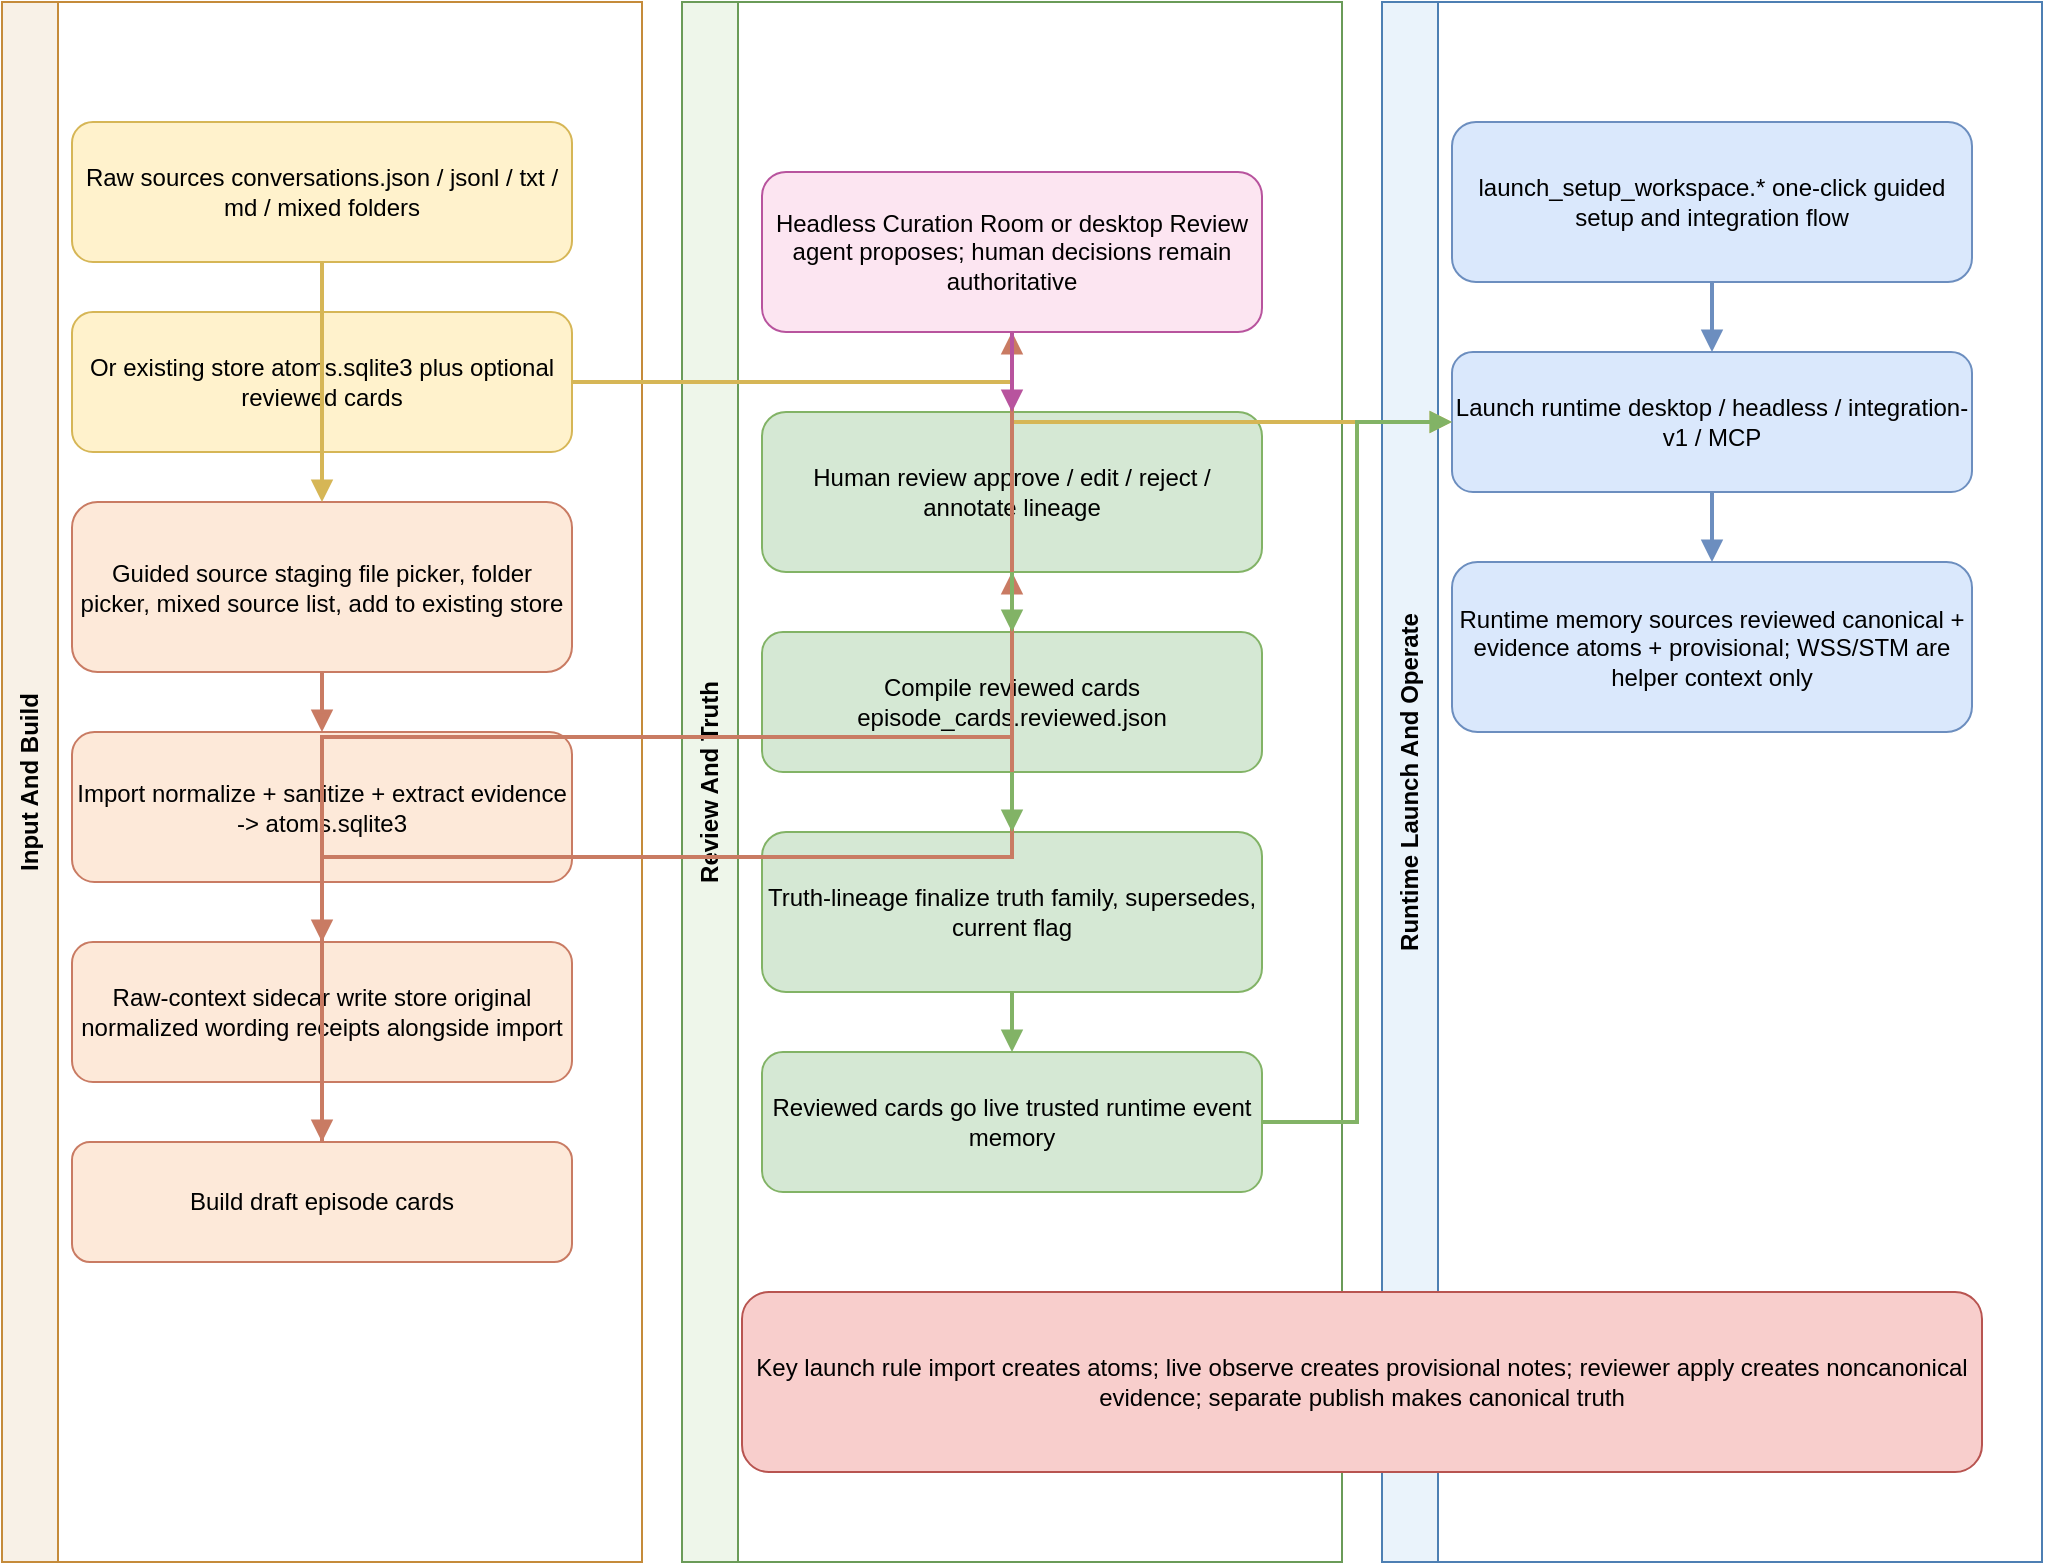
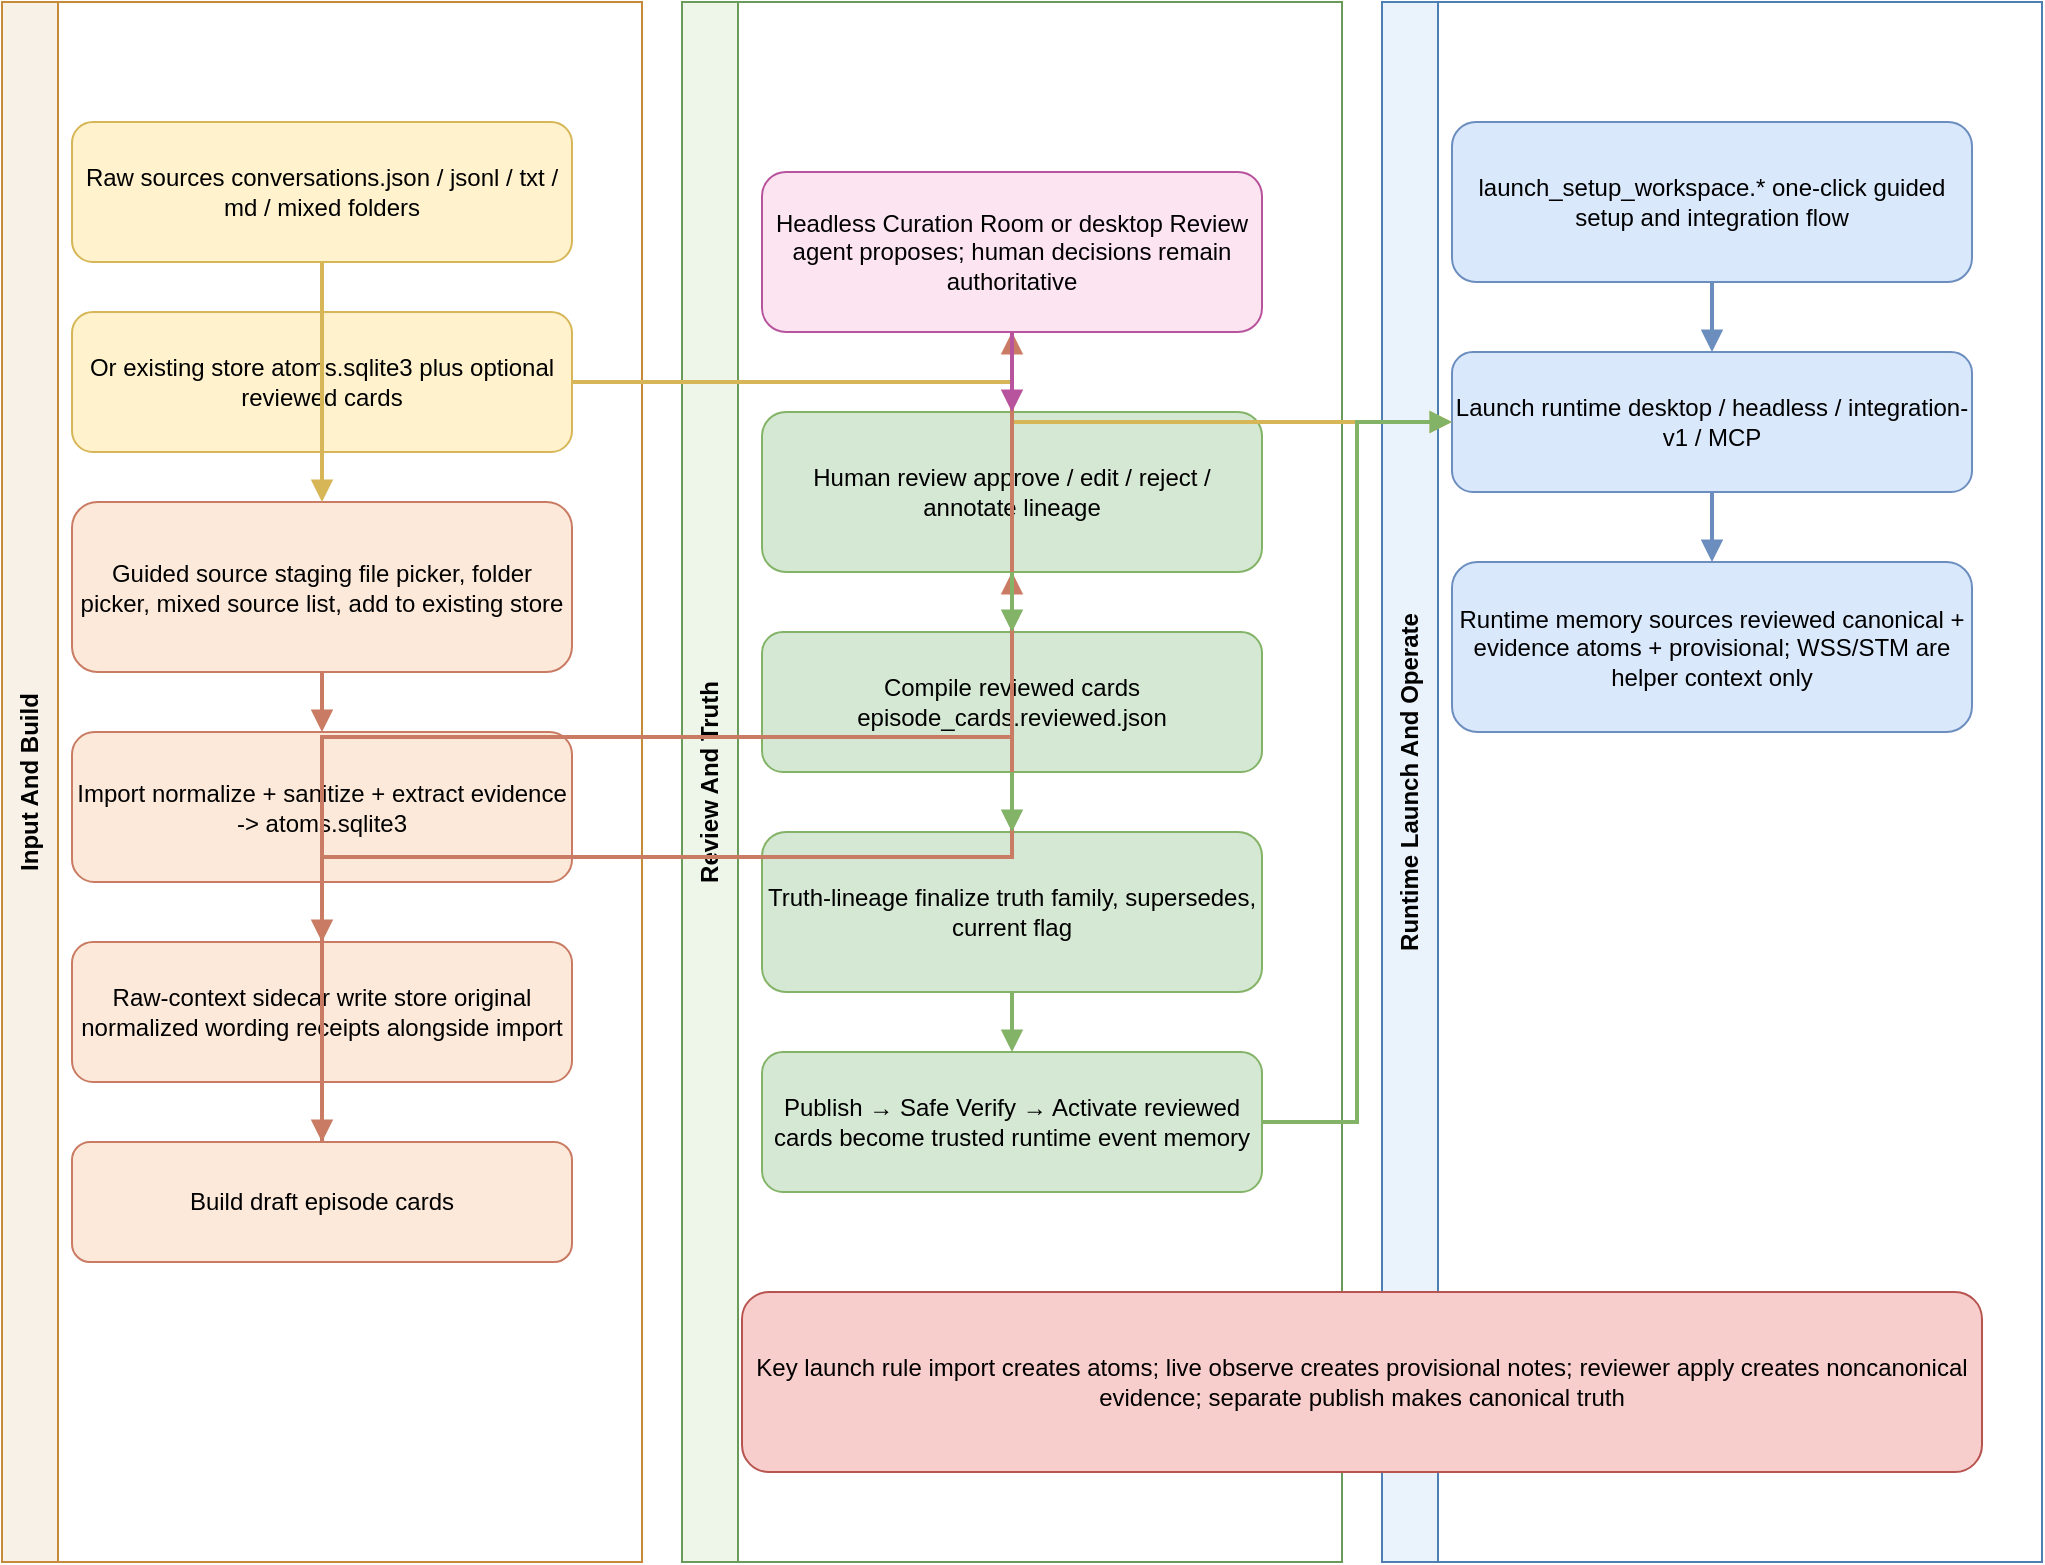
<mxfile host="app.diagrams.net" modified="2026-04-12T23:30:00.000Z" agent="Codex" version="24.7.17">
  <diagram id="launch-pipeline-engineering" name="Engineering Pipeline">
    <mxGraphModel dx="1650" dy="1050" grid="1" gridSize="10" guides="1" tooltips="1" connect="1" arrows="1" fold="1" page="1" pageScale="1" pageWidth="1600" pageHeight="980" math="0" shadow="0">
      <root>
        <mxCell id="0" />
        <mxCell id="1" parent="0" />
        <mxCell id="lane1" value="Input And Build" style="swimlane;whiteSpace=wrap;html=1;rounded=0;horizontal=0;startSize=28;fontStyle=1;fillColor=#f8f1e7;strokeColor=#c58b3a;" vertex="1" parent="1">
          <mxGeometry x="20" y="20" width="320" height="780" as="geometry" />
        </mxCell>
        <mxCell id="lane2" value="Review And Truth" style="swimlane;whiteSpace=wrap;html=1;rounded=0;horizontal=0;startSize=28;fontStyle=1;fillColor=#eef6ea;strokeColor=#6a9b58;" vertex="1" parent="1">
          <mxGeometry x="360" y="20" width="330" height="780" as="geometry" />
        </mxCell>
        <mxCell id="lane3" value="Runtime Launch And Operate" style="swimlane;whiteSpace=wrap;html=1;rounded=0;horizontal=0;startSize=28;fontStyle=1;fillColor=#eaf3fb;strokeColor=#4d7fb3;" vertex="1" parent="1">
          <mxGeometry x="710" y="20" width="330" height="780" as="geometry" />
        </mxCell>
        <mxCell id="l1" value="Raw sources&amp;#10;conversations.json / jsonl / txt / md / mixed folders" style="rounded=1;whiteSpace=wrap;html=1;fillColor=#fff2cc;strokeColor=#d6b656;" vertex="1" parent="1">
          <mxGeometry x="55" y="80" width="250" height="70" as="geometry" />
        </mxCell>
        <mxCell id="l2" value="Or existing store&amp;#10;atoms.sqlite3 plus optional reviewed cards" style="rounded=1;whiteSpace=wrap;html=1;fillColor=#fff2cc;strokeColor=#d6b656;" vertex="1" parent="1">
          <mxGeometry x="55" y="175" width="250" height="70" as="geometry" />
        </mxCell>
        <mxCell id="l3" value="Guided source staging&amp;#10;file picker, folder picker, mixed source list, add to existing store" style="rounded=1;whiteSpace=wrap;html=1;fillColor=#fde9d9;strokeColor=#c97b63;" vertex="1" parent="1">
          <mxGeometry x="55" y="270" width="250" height="85" as="geometry" />
        </mxCell>
        <mxCell id="l4" value="Import&amp;#10;normalize + sanitize + extract evidence -&amp;gt; atoms.sqlite3" style="rounded=1;whiteSpace=wrap;html=1;fillColor=#fde9d9;strokeColor=#c97b63;" vertex="1" parent="1">
          <mxGeometry x="55" y="385" width="250" height="75" as="geometry" />
        </mxCell>
        <mxCell id="l5" value="Raw-context sidecar write&amp;#10;store original normalized wording receipts alongside import" style="rounded=1;whiteSpace=wrap;html=1;fillColor=#fde9d9;strokeColor=#c97b63;" vertex="1" parent="1">
          <mxGeometry x="55" y="490" width="250" height="70" as="geometry" />
        </mxCell>
        <mxCell id="l6" value="Build draft episode cards" style="rounded=1;whiteSpace=wrap;html=1;fillColor=#fde9d9;strokeColor=#c97b63;" vertex="1" parent="1">
          <mxGeometry x="55" y="590" width="250" height="60" as="geometry" />
        </mxCell>
        <mxCell id="l7" value="Headless Curation Room or desktop Review&amp;#10;agent proposes; human decisions remain authoritative" style="rounded=1;whiteSpace=wrap;html=1;fillColor=#fce5f1;strokeColor=#b8549e;" vertex="1" parent="1">
          <mxGeometry x="400" y="105" width="250" height="80" as="geometry" />
        </mxCell>
        <mxCell id="l8" value="Human review&amp;#10;approve / edit / reject / annotate lineage" style="rounded=1;whiteSpace=wrap;html=1;fillColor=#d5e8d4;strokeColor=#82b366;" vertex="1" parent="1">
          <mxGeometry x="400" y="225" width="250" height="80" as="geometry" />
        </mxCell>
        <mxCell id="l9" value="Compile reviewed cards&amp;#10;episode_cards.reviewed.json" style="rounded=1;whiteSpace=wrap;html=1;fillColor=#d5e8d4;strokeColor=#82b366;" vertex="1" parent="1">
          <mxGeometry x="400" y="335" width="250" height="70" as="geometry" />
        </mxCell>
        <mxCell id="l10" value="Truth-lineage finalize&amp;#10;truth family, supersedes, current flag" style="rounded=1;whiteSpace=wrap;html=1;fillColor=#d5e8d4;strokeColor=#82b366;" vertex="1" parent="1">
          <mxGeometry x="400" y="435" width="250" height="80" as="geometry" />
        </mxCell>
-         <mxCell id="l11" value="Reviewed cards go live&amp;#10;trusted runtime event memory" style="rounded=1;whiteSpace=wrap;html=1;fillColor=#d5e8d4;strokeColor=#82b366;" vertex="1" parent="1">
+         <mxCell id="l11" value="Publish &amp;#8594; Safe Verify &amp;#8594; Activate&amp;#10;reviewed cards become trusted runtime event memory" style="rounded=1;whiteSpace=wrap;html=1;fillColor=#d5e8d4;strokeColor=#82b366;" vertex="1" parent="1">
          <mxGeometry x="400" y="545" width="250" height="70" as="geometry" />
        </mxCell>
        <mxCell id="l12" value="launch_setup_workspace.*&amp;#10;one-click guided setup and integration flow" style="rounded=1;whiteSpace=wrap;html=1;fillColor=#dae8fc;strokeColor=#6c8ebf;" vertex="1" parent="1">
          <mxGeometry x="745" y="80" width="260" height="80" as="geometry" />
        </mxCell>
        <mxCell id="l13" value="Launch runtime&amp;#10;desktop / headless / integration-v1 / MCP" style="rounded=1;whiteSpace=wrap;html=1;fillColor=#dae8fc;strokeColor=#6c8ebf;" vertex="1" parent="1">
          <mxGeometry x="745" y="195" width="260" height="70" as="geometry" />
        </mxCell>
        <mxCell id="l14" value="Runtime memory sources&amp;#10;reviewed canonical + evidence atoms + provisional; WSS/STM are helper context only" style="rounded=1;whiteSpace=wrap;html=1;fillColor=#dae8fc;strokeColor=#6c8ebf;" vertex="1" parent="1">
          <mxGeometry x="745" y="300" width="260" height="85" as="geometry" />
        </mxCell>
        <mxCell id="l15" value="Key launch rule&amp;#10;import creates atoms; live observe creates provisional notes; reviewer apply creates noncanonical evidence; separate publish makes canonical truth" style="rounded=1;whiteSpace=wrap;html=1;fillColor=#f8cecc;strokeColor=#b85450;" vertex="1" parent="1">
          <mxGeometry x="390" y="665" width="620" height="90" as="geometry" />
        </mxCell>
        <mxCell id="e2" edge="1" parent="1" source="l1" target="l3" style="edgeStyle=orthogonalEdgeStyle;orthogonalLoop=1;jettySize=auto;jumpStyle=arc;jumpSize=6;endArrow=block;endFill=1;html=1;rounded=0;strokeWidth=2;strokeColor=#d6b656;entryX=0.5;entryY=0;entryPerimeter=1;exitX=0.5;exitY=1;exitPerimeter=1;">
          <mxGeometry relative="1" as="geometry" />
        </mxCell>
        <mxCell id="e3" edge="1" parent="1" source="l2" target="l13" style="edgeStyle=orthogonalEdgeStyle;orthogonalLoop=1;jettySize=auto;jumpStyle=arc;jumpSize=6;endArrow=block;endFill=1;html=1;rounded=0;strokeWidth=2;strokeColor=#d6b656;entryX=0;entryY=0.5;entryPerimeter=1;exitX=1;exitY=0.5;exitPerimeter=1;">
          <mxGeometry relative="1" as="geometry" />
        </mxCell>
        <mxCell id="e4" edge="1" parent="1" source="l3" target="l4" style="edgeStyle=orthogonalEdgeStyle;orthogonalLoop=1;jettySize=auto;jumpStyle=arc;jumpSize=6;endArrow=block;endFill=1;html=1;rounded=0;strokeWidth=2;strokeColor=#c97b63;entryX=0.5;entryY=0;entryPerimeter=1;exitX=0.5;exitY=1;exitPerimeter=1;">
          <mxGeometry relative="1" as="geometry" />
        </mxCell>
        <mxCell id="e5" edge="1" parent="1" source="l4" target="l5" style="edgeStyle=orthogonalEdgeStyle;orthogonalLoop=1;jettySize=auto;jumpStyle=arc;jumpSize=6;endArrow=block;endFill=1;html=1;rounded=0;strokeWidth=2;strokeColor=#c97b63;entryX=0.5;entryY=0;entryPerimeter=1;exitX=0.5;exitY=1;exitPerimeter=1;">
          <mxGeometry relative="1" as="geometry" />
        </mxCell>
        <mxCell id="e6" edge="1" parent="1" source="l4" target="l6" style="edgeStyle=orthogonalEdgeStyle;orthogonalLoop=1;jettySize=auto;jumpStyle=arc;jumpSize=6;endArrow=block;endFill=1;html=1;rounded=0;strokeWidth=2;strokeColor=#c97b63;entryX=0.5;entryY=0;entryPerimeter=1;exitX=0.5;exitY=1;exitPerimeter=1;">
          <mxGeometry relative="1" as="geometry" />
        </mxCell>
        <mxCell id="e7" edge="1" parent="1" source="l6" target="l7" style="edgeStyle=orthogonalEdgeStyle;orthogonalLoop=1;jettySize=auto;jumpStyle=arc;jumpSize=6;endArrow=block;endFill=1;html=1;rounded=0;strokeWidth=2;strokeColor=#c97b63;entryX=0.5;entryY=1;entryPerimeter=1;exitX=0.5;exitY=0;exitPerimeter=1;">
          <mxGeometry relative="1" as="geometry" />
        </mxCell>
        <mxCell id="e8" edge="1" parent="1" source="l6" target="l8" style="edgeStyle=orthogonalEdgeStyle;orthogonalLoop=1;jettySize=auto;jumpStyle=arc;jumpSize=6;endArrow=block;endFill=1;html=1;rounded=0;strokeWidth=2;strokeColor=#c97b63;entryX=0.5;entryY=1;entryPerimeter=1;exitX=0.5;exitY=0;exitPerimeter=1;">
          <mxGeometry relative="1" as="geometry" />
        </mxCell>
        <mxCell id="e9" edge="1" parent="1" source="l7" target="l8" style="edgeStyle=orthogonalEdgeStyle;orthogonalLoop=1;jettySize=auto;jumpStyle=arc;jumpSize=6;endArrow=block;endFill=1;html=1;rounded=0;strokeWidth=2;strokeColor=#b8549e;entryX=0.5;entryY=0;entryPerimeter=1;exitX=0.5;exitY=1;exitPerimeter=1;">
          <mxGeometry relative="1" as="geometry" />
        </mxCell>
        <mxCell id="e10" edge="1" parent="1" source="l8" target="l9" style="edgeStyle=orthogonalEdgeStyle;orthogonalLoop=1;jettySize=auto;jumpStyle=arc;jumpSize=6;endArrow=block;endFill=1;html=1;rounded=0;strokeWidth=2;strokeColor=#82b366;entryX=0.5;entryY=0;entryPerimeter=1;exitX=0.5;exitY=1;exitPerimeter=1;">
          <mxGeometry relative="1" as="geometry" />
        </mxCell>
        <mxCell id="e11" edge="1" parent="1" source="l9" target="l10" style="edgeStyle=orthogonalEdgeStyle;orthogonalLoop=1;jettySize=auto;jumpStyle=arc;jumpSize=6;endArrow=block;endFill=1;html=1;rounded=0;strokeWidth=2;strokeColor=#82b366;entryX=0.5;entryY=0;entryPerimeter=1;exitX=0.5;exitY=1;exitPerimeter=1;">
          <mxGeometry relative="1" as="geometry" />
        </mxCell>
        <mxCell id="e12" edge="1" parent="1" source="l10" target="l11" style="edgeStyle=orthogonalEdgeStyle;orthogonalLoop=1;jettySize=auto;jumpStyle=arc;jumpSize=6;endArrow=block;endFill=1;html=1;rounded=0;strokeWidth=2;strokeColor=#82b366;entryX=0.5;entryY=0;entryPerimeter=1;exitX=0.5;exitY=1;exitPerimeter=1;">
          <mxGeometry relative="1" as="geometry" />
        </mxCell>
        <mxCell id="e13" edge="1" parent="1" source="l11" target="l13" style="edgeStyle=orthogonalEdgeStyle;orthogonalLoop=1;jettySize=auto;jumpStyle=arc;jumpSize=6;endArrow=block;endFill=1;html=1;rounded=0;strokeWidth=2;strokeColor=#82b366;entryX=0;entryY=0.5;entryPerimeter=1;exitX=1;exitY=0.5;exitPerimeter=1;">
          <mxGeometry relative="1" as="geometry" />
        </mxCell>
        <mxCell id="e14" edge="1" parent="1" source="l12" target="l13" style="edgeStyle=orthogonalEdgeStyle;orthogonalLoop=1;jettySize=auto;jumpStyle=arc;jumpSize=6;endArrow=block;endFill=1;html=1;rounded=0;strokeWidth=2;strokeColor=#6c8ebf;entryX=0.5;entryY=0;entryPerimeter=1;exitX=0.5;exitY=1;exitPerimeter=1;">
          <mxGeometry relative="1" as="geometry" />
        </mxCell>
        <mxCell id="e15" edge="1" parent="1" source="l13" target="l14" style="edgeStyle=orthogonalEdgeStyle;orthogonalLoop=1;jettySize=auto;jumpStyle=arc;jumpSize=6;endArrow=block;endFill=1;html=1;rounded=0;strokeWidth=2;strokeColor=#6c8ebf;entryX=0.5;entryY=0;entryPerimeter=1;exitX=0.5;exitY=1;exitPerimeter=1;">
          <mxGeometry relative="1" as="geometry" />
        </mxCell>
      </root>
    </mxGraphModel>
  </diagram>
  <diagram id="launch-pipeline-caveman" name="Caveman Pipeline">
    <mxGraphModel dx="1450" dy="900" grid="1" gridSize="10" guides="1" tooltips="1" connect="1" arrows="1" fold="1" page="1" pageScale="1" pageWidth="1450" pageHeight="900" math="0" shadow="0">
      <root>
        <mxCell id="0" />
        <mxCell id="1" parent="0" />
        <mxCell id="q1" value="1. Click the starter file or open the app." style="rounded=1;whiteSpace=wrap;html=1;fillColor=#fff2cc;strokeColor=#d6b656;" vertex="1" parent="1">
          <mxGeometry x="60" y="90" width="240" height="70" as="geometry" />
        </mxCell>
        <mxCell id="q2" value="2. Pick files, folders, or an existing store.&amp;#10;You can mix folders and single files." style="rounded=1;whiteSpace=wrap;html=1;fillColor=#fff2cc;strokeColor=#d6b656;" vertex="1" parent="1">
          <mxGeometry x="360" y="90" width="280" height="90" as="geometry" />
        </mxCell>
        <mxCell id="q3" value="3. MNO cleans the pile and makes atoms.&amp;#10;Atoms = small evidence pieces." style="rounded=1;whiteSpace=wrap;html=1;fillColor=#fde9d9;strokeColor=#c97b63;" vertex="1" parent="1">
          <mxGeometry x="700" y="90" width="260" height="90" as="geometry" />
        </mxCell>
        <mxCell id="q4" value="4. MNO also keeps a wording receipt for quote checks." style="rounded=1;whiteSpace=wrap;html=1;fillColor=#fde9d9;strokeColor=#c97b63;" vertex="1" parent="1">
          <mxGeometry x="1020" y="90" width="260" height="80" as="geometry" />
        </mxCell>
        <mxCell id="q5" value="5. MNO builds rough story cards.&amp;#10;Rough = draft, not trusted yet." style="rounded=1;whiteSpace=wrap;html=1;fillColor=#fde9d9;strokeColor=#c97b63;" vertex="1" parent="1">
          <mxGeometry x="160" y="280" width="270" height="90" as="geometry" />
        </mxCell>
        <mxCell id="q6" value="6. Assistant/agent can help clean the draft, but it stays draft-only." style="rounded=1;whiteSpace=wrap;html=1;fillColor=#fce5f1;strokeColor=#b8549e;" vertex="1" parent="1">
          <mxGeometry x="500" y="280" width="310" height="90" as="geometry" />
        </mxCell>
        <mxCell id="q7" value="7. Human decides what becomes trusted memory." style="rounded=1;whiteSpace=wrap;html=1;fillColor=#d5e8d4;strokeColor=#82b366;" vertex="1" parent="1">
          <mxGeometry x="880" y="280" width="280" height="80" as="geometry" />
        </mxCell>
        <mxCell id="q8" value="8. Corrected reviewed cards stay linked so old vs current truth is clearer." style="rounded=1;whiteSpace=wrap;html=1;fillColor=#d5e8d4;strokeColor=#82b366;" vertex="1" parent="1">
          <mxGeometry x="260" y="470" width="360" height="90" as="geometry" />
        </mxCell>
        <mxCell id="q9" value="9. Reviewed memory goes live in the runtime." style="rounded=1;whiteSpace=wrap;html=1;fillColor=#dae8fc;strokeColor=#6c8ebf;" vertex="1" parent="1">
          <mxGeometry x="700" y="470" width="280" height="80" as="geometry" />
        </mxCell>
        <mxCell id="q10" value="Words to know&amp;#10;MCP = Model Context Protocol&amp;#10;ANN = approximate nearest neighbor&amp;#10;WSS = work-session scratchpad" style="rounded=1;whiteSpace=wrap;html=1;fillColor=#e1d5e7;strokeColor=#9673a6;" vertex="1" parent="1">
          <mxGeometry x="480" y="640" width="320" height="90" as="geometry" />
        </mxCell>
        <mxCell id="e2" edge="1" parent="1" source="q1" target="q2" style="edgeStyle=orthogonalEdgeStyle;orthogonalLoop=1;jettySize=auto;jumpStyle=arc;jumpSize=6;endArrow=block;endFill=1;html=1;rounded=0;strokeWidth=2;strokeColor=#d6b656;entryX=0;entryY=0.5;entryPerimeter=1;exitX=1;exitY=0.5;exitPerimeter=1;">
          <mxGeometry relative="1" as="geometry" />
        </mxCell>
        <mxCell id="e3" edge="1" parent="1" source="q2" target="q3" style="edgeStyle=orthogonalEdgeStyle;orthogonalLoop=1;jettySize=auto;jumpStyle=arc;jumpSize=6;endArrow=block;endFill=1;html=1;rounded=0;strokeWidth=2;strokeColor=#d6b656;entryX=0;entryY=0.5;entryPerimeter=1;exitX=1;exitY=0.5;exitPerimeter=1;">
          <mxGeometry relative="1" as="geometry" />
        </mxCell>
        <mxCell id="e4" edge="1" parent="1" source="q3" target="q4" style="edgeStyle=orthogonalEdgeStyle;orthogonalLoop=1;jettySize=auto;jumpStyle=arc;jumpSize=6;endArrow=block;endFill=1;html=1;rounded=0;strokeWidth=2;strokeColor=#c97b63;entryX=0;entryY=0.5;entryPerimeter=1;exitX=1;exitY=0.5;exitPerimeter=1;">
          <mxGeometry relative="1" as="geometry" />
        </mxCell>
        <mxCell id="e5" edge="1" parent="1" source="q3" target="q5" style="edgeStyle=orthogonalEdgeStyle;orthogonalLoop=1;jettySize=auto;jumpStyle=arc;jumpSize=6;endArrow=block;endFill=1;html=1;rounded=0;strokeWidth=2;strokeColor=#c97b63;entryX=1;entryY=0.5;entryPerimeter=1;exitX=0;exitY=0.5;exitPerimeter=1;">
          <mxGeometry relative="1" as="geometry" />
        </mxCell>
        <mxCell id="e6" edge="1" parent="1" source="q5" target="q6" style="edgeStyle=orthogonalEdgeStyle;orthogonalLoop=1;jettySize=auto;jumpStyle=arc;jumpSize=6;endArrow=block;endFill=1;html=1;rounded=0;strokeWidth=2;strokeColor=#c97b63;entryX=0;entryY=0.5;entryPerimeter=1;exitX=1;exitY=0.5;exitPerimeter=1;">
          <mxGeometry relative="1" as="geometry" />
        </mxCell>
        <mxCell id="e7" edge="1" parent="1" source="q6" target="q7" style="edgeStyle=orthogonalEdgeStyle;orthogonalLoop=1;jettySize=auto;jumpStyle=arc;jumpSize=6;endArrow=block;endFill=1;html=1;rounded=0;strokeWidth=2;strokeColor=#b8549e;entryX=0;entryY=0.5;entryPerimeter=1;exitX=1;exitY=0.5;exitPerimeter=1;">
          <mxGeometry relative="1" as="geometry" />
        </mxCell>
        <mxCell id="e8" edge="1" parent="1" source="q7" target="q8" style="edgeStyle=orthogonalEdgeStyle;orthogonalLoop=1;jettySize=auto;jumpStyle=arc;jumpSize=6;endArrow=block;endFill=1;html=1;rounded=0;strokeWidth=2;strokeColor=#82b366;entryX=1;entryY=0.5;entryPerimeter=1;exitX=0;exitY=0.5;exitPerimeter=1;">
          <mxGeometry relative="1" as="geometry" />
        </mxCell>
        <mxCell id="e9" edge="1" parent="1" source="q8" target="q9" style="edgeStyle=orthogonalEdgeStyle;orthogonalLoop=1;jettySize=auto;jumpStyle=arc;jumpSize=6;endArrow=block;endFill=1;html=1;rounded=0;strokeWidth=2;strokeColor=#82b366;entryX=0;entryY=0.5;entryPerimeter=1;exitX=1;exitY=0.5;exitPerimeter=1;">
          <mxGeometry relative="1" as="geometry" />
        </mxCell>
      </root>
    </mxGraphModel>
  </diagram>
</mxfile>
